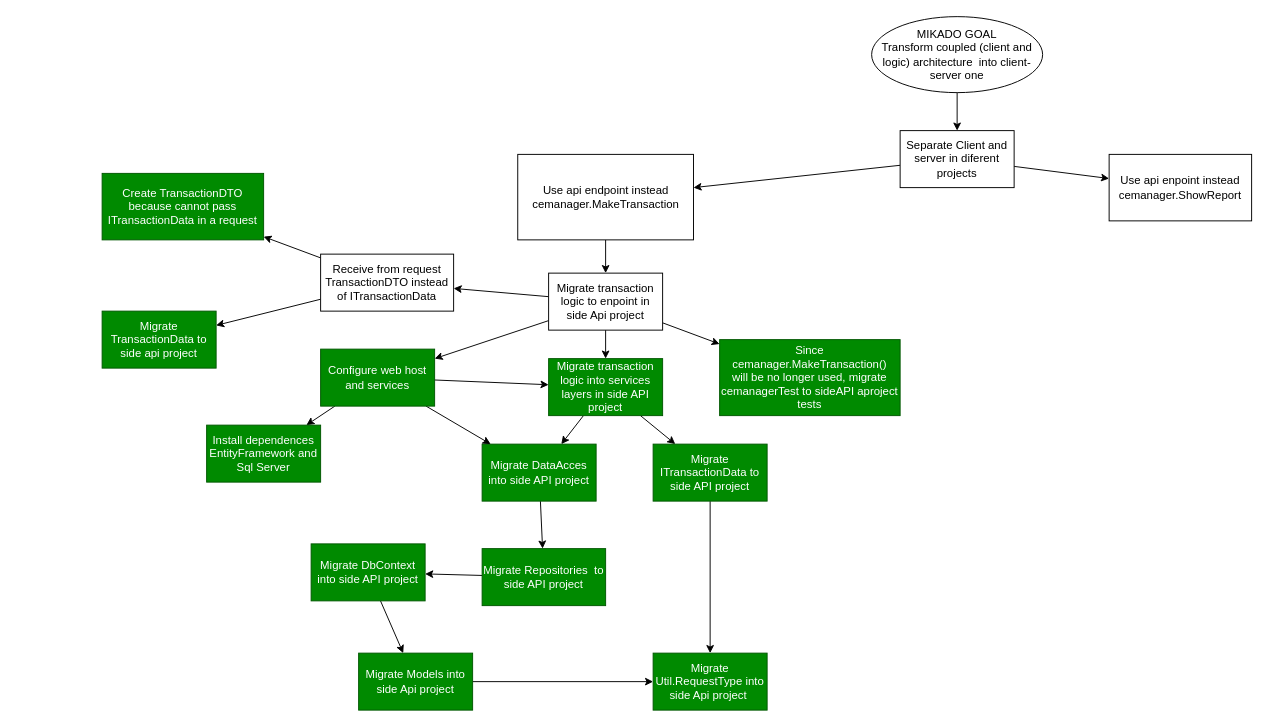
Earlier version of the draw.io diagram Docs/Diagrams/refactor_to_client-server(MikadoGraph).drawio (Camilo716/Customized-Expense-Manager). Source tidied: cells renumbered, new cells numbered last; positions are measured from the earlier drawing's top-left corner, leaving out a move shared by most shapes. Both pictures are drawn from the tidied source at 95%, with x=0, y=0 at pixel (102, 16).
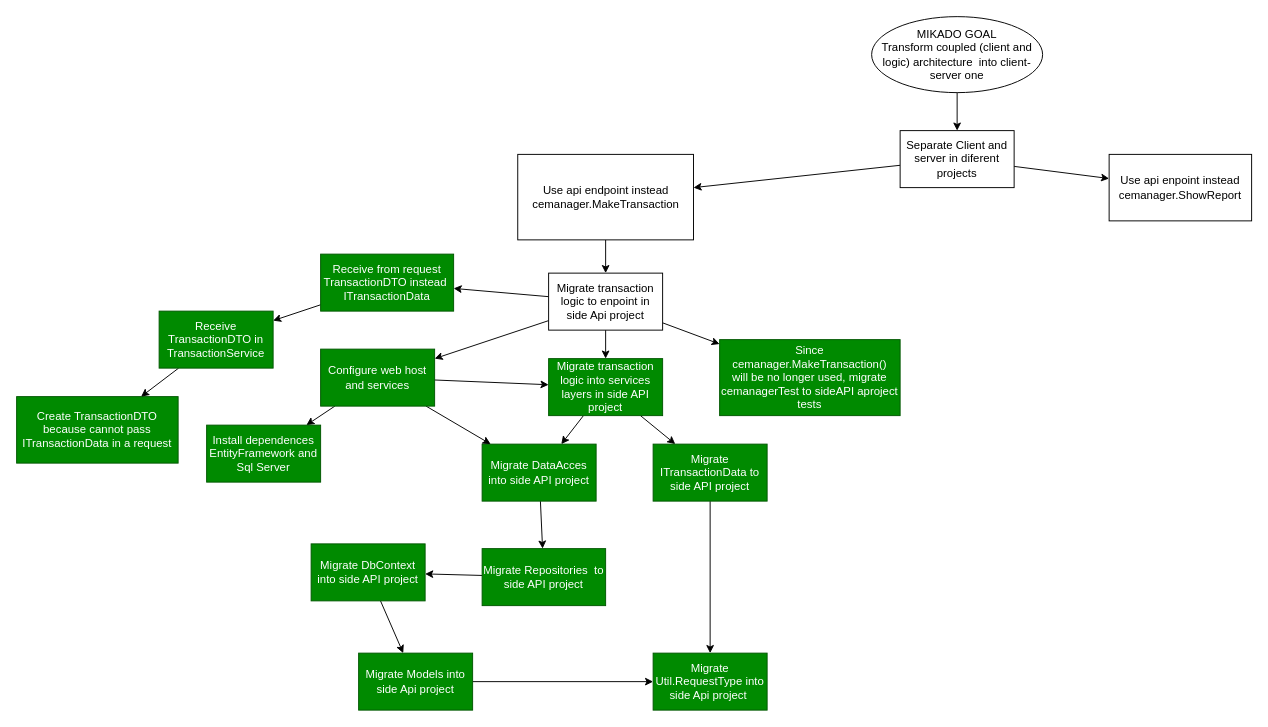
The same page after the edit.

What changed in the source:
```diff
@@
     <mxCell id="35" value="Create TransactionDTO because cannot pass ITransactionData in a request" style="whiteSpace=wrap;html=1;fillColor=#008a00;fontColor=#ffffff;strokeColor=#005700;" parent="1" vertex="1">
-      <mxGeometry y="165" width="170" height="70" as="geometry" />
+      <mxGeometry x="-90" y="400" width="170" height="70" as="geometry" />
     </mxCell>
-    <mxCell id="36" style="edgeStyle=none;html=1;" parent="1" edge="1" source="38" target="35">
+    <mxCell id="36" style="edgeStyle=none;html=1;" parent="1" edge="1" source="41" target="35">
       <mxGeometry relative="1" as="geometry" />
     </mxCell>
-    <mxCell id="37" style="edgeStyle=none;html=1;" parent="1" edge="1" source="38" target="39">
-      <mxGeometry relative="1" as="geometry" />
-    </mxCell>
+    <mxCell id="40" style="edgeStyle=none;html=1;" parent="1" edge="1" source="38" target="41">
+      <mxGeometry relative="1" as="geometry" />
+    </mxCell>
-    <mxCell id="38" value="Receive from request TransactionDTO instead of ITransactionData" style="whiteSpace=wrap;html=1;" parent="1" vertex="1">
+    <mxCell id="38" value="Receive from request TransactionDTO instead&amp;nbsp; ITransactionData" style="whiteSpace=wrap;html=1;fillColor=#008a00;fontColor=#ffffff;strokeColor=#005700;" parent="1" vertex="1">
       <mxGeometry x="230" y="250" width="140" height="60" as="geometry" />
     </mxCell>
-    <mxCell id="39" value="Migrate TransactionData to side api project" style="whiteSpace=wrap;html=1;fillColor=#008a00;fontColor=#ffffff;strokeColor=#005700;" parent="1" vertex="1">
-      <mxGeometry y="310" width="120" height="60" as="geometry" />
-    </mxCell>
+    <mxCell id="41" value="Receive TransactionDTO in TransactionService" style="whiteSpace=wrap;html=1;fillColor=#008a00;fontColor=#ffffff;strokeColor=#005700;" parent="1" vertex="1">
+      <mxGeometry x="60" y="310" width="120" height="60" as="geometry" />
+    </mxCell>
```
